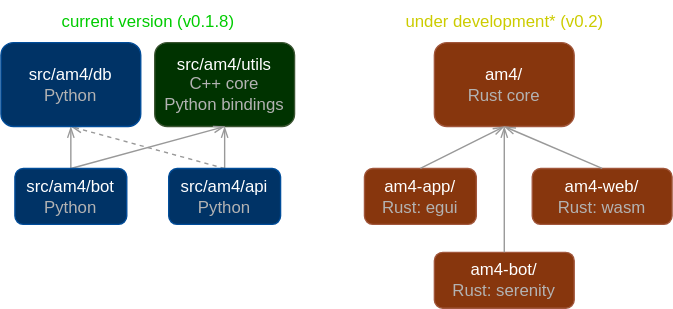
The draw.io diagram docs/assets/img/overview.drawio.svg in cathaypacific8747/am4, before a commit. Source tidied: cells renumbered, new cells last; positions are measured from the earlier drawing's top-left corner, leaving out a move shared by most shapes.
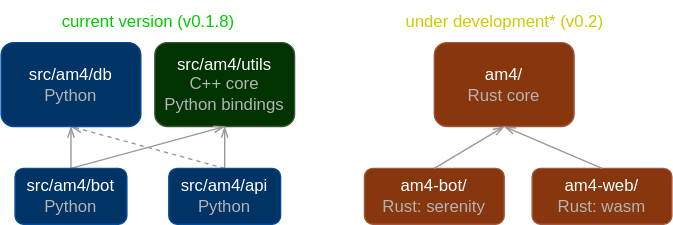
The same diagram one commit later.

What changed in the source:
```diff
@@ -35,18 +35,12 @@
     <mxCell id="12" value="&lt;font&gt;under development* (v0.2)&lt;/font&gt;" style="text;html=1;align=center;verticalAlign=middle;strokeColor=none;fillColor=none;fontColor=#CCCC00;" parent="1" vertex="1">
       <mxGeometry x="280" width="160" height="30" as="geometry" />
     </mxCell>
-    <mxCell id="13" value="&lt;font color=&quot;#ffffff&quot;&gt;am4-app/&lt;br&gt;&lt;/font&gt;&lt;font color=&quot;#b3b3b3&quot;&gt;Rust: egui&lt;br&gt;&lt;/font&gt;" style="rounded=1;whiteSpace=wrap;html=1;fillColor=#87360D;strokeColor=#A1563B;" parent="1" vertex="1">
-      <mxGeometry x="260" y="120" width="80" height="40" as="geometry" />
-    </mxCell>
     <mxCell id="14" value="&lt;font color=&quot;#ffffff&quot;&gt;am4-bot/&lt;br&gt;&lt;/font&gt;&lt;font color=&quot;#b3b3b3&quot;&gt;Rust: serenity&lt;br&gt;&lt;/font&gt;" style="rounded=1;whiteSpace=wrap;html=1;fillColor=#87360D;strokeColor=#A1563B;" parent="1" vertex="1">
-      <mxGeometry x="310" y="180" width="100" height="40" as="geometry" />
+      <mxGeometry x="260" y="120" width="100" height="40" as="geometry" />
     </mxCell>
     <mxCell id="15" value="&lt;font color=&quot;#ffffff&quot;&gt;am4-web/&lt;br&gt;&lt;/font&gt;&lt;font color=&quot;#b3b3b3&quot;&gt;Rust: wasm&lt;br&gt;&lt;/font&gt;" style="rounded=1;whiteSpace=wrap;html=1;fillColor=#87360D;strokeColor=#A1563B;" parent="1" vertex="1">
       <mxGeometry x="380" y="120" width="100" height="40" as="geometry" />
     </mxCell>
-    <mxCell id="16" style="edgeStyle=none;html=1;entryX=0.5;entryY=1;entryDx=0;entryDy=0;fontColor=#B3B3B3;strokeColor=#999999;endArrow=openThin;endFill=0;exitX=0.5;exitY=0;exitDx=0;exitDy=0;" parent="1" edge="1" source="13" target="10">
-      <mxGeometry relative="1" as="geometry" />
-    </mxCell>
     <mxCell id="17" style="edgeStyle=none;html=1;entryX=0.5;entryY=1;entryDx=0;entryDy=0;fontColor=#B3B3B3;strokeColor=#999999;endArrow=openThin;endFill=0;exitX=0.5;exitY=0;exitDx=0;exitDy=0;" parent="1" edge="1" source="14" target="10">
       <mxGeometry relative="1" as="geometry" />
     </mxCell>
```
